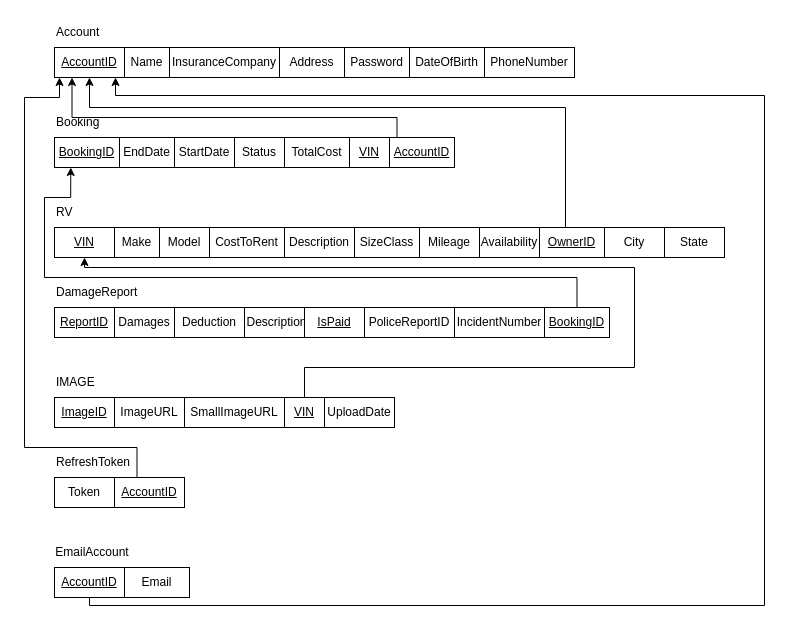
Earlier version of the draw.io diagram RVSolutionsER.drawio (JasonDinh345/RV-Solutions). Source tidied: cells renumbered, new cells numbered last; positions are measured from the earlier drawing's top-left corner, leaving out a move shared by most shapes. Both pictures are drawn from the tidied source at 100%, with x=0, y=0 at pixel (24, 17).
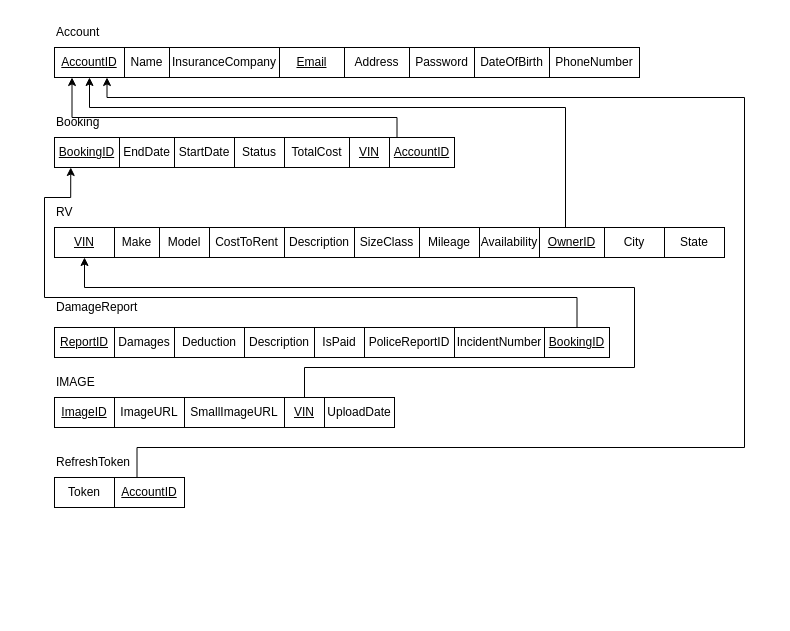
After the change.

The change refers to these unchanged cells:
```xml
<mxCell id="2" value="&lt;u&gt;BookingID&lt;/u&gt;" style="rounded=0;whiteSpace=wrap;html=1;" parent="1" vertex="1">
  <mxGeometry x="30" y="120" width="65" height="30" as="geometry" />
</mxCell>
<mxCell id="11" value="&lt;u&gt;VIN&lt;/u&gt;" style="rounded=0;whiteSpace=wrap;html=1;" parent="1" vertex="1">
  <mxGeometry x="30" y="210" width="60" height="30" as="geometry" />
</mxCell>
<mxCell id="29" value="&lt;u&gt;VIN&lt;/u&gt;" style="rounded=0;whiteSpace=wrap;html=1;" parent="1" vertex="1">
  <mxGeometry x="260" y="380" width="40" height="30" as="geometry" />
</mxCell>
<mxCell id="36" value="&lt;u&gt;AccountID&lt;/u&gt;" style="rounded=0;whiteSpace=wrap;html=1;" parent="1" vertex="1">
  <mxGeometry x="30" y="30" width="70" height="30" as="geometry" />
</mxCell>
```

The edit, as a diff of the source:
```diff
@@
     <mxCell id="28" style="edgeStyle=orthogonalEdgeStyle;rounded=0;jettySize=auto;html=1;exitX=0.5;exitY=0;exitDx=0;exitDy=0;entryX=0.5;entryY=1;entryDx=0;entryDy=0;" parent="1" edge="1" source="29" target="11">
       <mxGeometry relative="1" as="geometry">
         <Array as="points">
           <mxPoint x="280" y="350" />
           <mxPoint x="610" y="350" />
-          <mxPoint x="610" y="250" />
-          <mxPoint x="60" y="250" />
+          <mxPoint x="610" y="270" />
+          <mxPoint x="60" y="270" />
         </Array>
       </mxGeometry>
     </mxCell>
@@
-    <mxCell id="32" style="edgeStyle=orthogonalEdgeStyle;rounded=0;orthogonalLoop=1;jettySize=auto;html=1;exitX=0.5;exitY=0;exitDx=0;exitDy=0;entryX=0.25;entryY=1;entryDx=0;entryDy=0;" parent="1" edge="1">
+    <mxCell id="32" style="edgeStyle=orthogonalEdgeStyle;rounded=0;jettySize=auto;html=1;exitX=0.5;exitY=0;exitDx=0;exitDy=0;entryX=0.75;entryY=1;entryDx=0;entryDy=0;" parent="1" edge="1" target="36">
       <mxGeometry relative="1" as="geometry">
         <mxPoint x="112.5" y="460" as="sourcePoint" />
-        <mxPoint x="35" y="60" as="targetPoint" />
         <Array as="points">
           <mxPoint x="113" y="430" />
-          <mxPoint y="430" />
-          <mxPoint y="80" />
-          <mxPoint x="35" y="80" />
+          <mxPoint x="720" y="430" />
+          <mxPoint x="720" y="80" />
+          <mxPoint x="83" y="80" />
         </Array>
       </mxGeometry>
     </mxCell>
@@
-    <mxCell id="34" value="Email" style="rounded=0;whiteSpace=wrap;html=1;" parent="1" vertex="1">
-      <mxGeometry x="100" y="550" width="65" height="30" as="geometry" />
+    <mxCell id="34" value="&lt;u&gt;Email&lt;/u&gt;" style="rounded=0;whiteSpace=wrap;html=1;" parent="1" vertex="1">
+      <mxGeometry x="255" y="30" width="65" height="30" as="geometry" />
     </mxCell>
-    <mxCell id="35" value="EmailAccount" style="text;html=1;align=center;verticalAlign=middle;whiteSpace=wrap;rounded=0;" parent="1" vertex="1">
-      <mxGeometry x="37.5" y="520" width="60" height="30" as="geometry" />
-    </mxCell>
@@
     <mxCell id="39" value="Address" style="rounded=0;whiteSpace=wrap;html=1;" parent="1" vertex="1">
-      <mxGeometry x="255" y="30" width="65" height="30" as="geometry" />
+      <mxGeometry x="320" y="30" width="65" height="30" as="geometry" />
     </mxCell>
     <mxCell id="40" value="DateOfBirth" style="rounded=0;whiteSpace=wrap;html=1;" parent="1" vertex="1">
-      <mxGeometry x="385" y="30" width="75" height="30" as="geometry" />
+      <mxGeometry x="450" y="30" width="75" height="30" as="geometry" />
     </mxCell>
@@
     <mxCell id="42" value="PhoneNumber" style="rounded=0;whiteSpace=wrap;html=1;" parent="1" vertex="1">
-      <mxGeometry x="460" y="30" width="90" height="30" as="geometry" />
+      <mxGeometry x="525" y="30" width="90" height="30" as="geometry" />
     </mxCell>
     <mxCell id="43" value="Password" style="rounded=0;whiteSpace=wrap;html=1;" parent="1" vertex="1">
-      <mxGeometry x="320" y="30" width="65" height="30" as="geometry" />
+      <mxGeometry x="385" y="30" width="65" height="30" as="geometry" />
     </mxCell>
     <mxCell id="44" style="group;" parent="1" vertex="1">
-      <mxGeometry x="30" y="260" width="500" height="60" as="geometry" />
+      <mxGeometry x="30" y="260" width="500" height="80" as="geometry" />
     </mxCell>
     <mxCell id="45" value="DamageReport" style="text;html=1;align=left;verticalAlign=middle;strokeColor=none;fillColor=none;" parent="44" vertex="1">
-      <mxGeometry width="100" height="30" as="geometry" />
+      <mxGeometry y="15" width="100" height="30" as="geometry" />
     </mxCell>
     <mxCell id="46" value="&lt;u&gt;ReportID&lt;/u&gt;" style="rounded=0;whiteSpace=wrap;html=1;" parent="44" vertex="1">
-      <mxGeometry y="30" width="60" height="30" as="geometry" />
+      <mxGeometry y="50" width="60" height="30" as="geometry" />
     </mxCell>
     <mxCell id="47" value="Damages" style="rounded=0;whiteSpace=wrap;html=1;" parent="44" vertex="1">
-      <mxGeometry x="60" y="30" width="60" height="30" as="geometry" />
+      <mxGeometry x="60" y="50" width="60" height="30" as="geometry" />
     </mxCell>
     <mxCell id="48" value="Deduction" style="rounded=0;whiteSpace=wrap;html=1;" parent="44" vertex="1">
-      <mxGeometry x="120" y="30" width="70" height="30" as="geometry" />
+      <mxGeometry x="120" y="50" width="70" height="30" as="geometry" />
     </mxCell>
     <mxCell id="49" value="Description" style="rounded=0;whiteSpace=wrap;html=1;" parent="44" vertex="1">
-      <mxGeometry x="190" y="30" width="65" height="30" as="geometry" />
+      <mxGeometry x="190" y="50" width="70" height="30" as="geometry" />
     </mxCell>
     <mxCell id="50" value="PoliceReportID" style="rounded=0;whiteSpace=wrap;html=1;" parent="44" vertex="1">
-      <mxGeometry x="310" y="30" width="90" height="30" as="geometry" />
+      <mxGeometry x="310" y="50" width="90" height="30" as="geometry" />
     </mxCell>
     <mxCell id="51" value="IncidentNumber" style="rounded=0;whiteSpace=wrap;html=1;" parent="44" vertex="1">
-      <mxGeometry x="400" y="30" width="90" height="30" as="geometry" />
+      <mxGeometry x="400" y="50" width="90" height="30" as="geometry" />
     </mxCell>
     <mxCell id="52" value="&lt;u&gt;BookingID&lt;/u&gt;" style="rounded=0;whiteSpace=wrap;html=1;" parent="44" vertex="1">
-      <mxGeometry x="490" y="30" width="65" height="30" as="geometry" />
+      <mxGeometry x="490" y="50" width="65" height="30" as="geometry" />
     </mxCell>
-    <mxCell id="53" value="&lt;u&gt;IsPaid&lt;/u&gt;" style="rounded=0;whiteSpace=wrap;html=1;" parent="44" vertex="1">
-      <mxGeometry x="250" y="30" width="60" height="30" as="geometry" />
+    <mxCell id="53" value="IsPaid" style="rounded=0;whiteSpace=wrap;html=1;" parent="44" vertex="1">
+      <mxGeometry x="260" y="50" width="50" height="30" as="geometry" />
     </mxCell>
-    <mxCell id="54" style="edgeStyle=orthogonalEdgeStyle;rounded=0;orthogonalLoop=1;jettySize=auto;html=1;exitX=0.5;exitY=1;exitDx=0;exitDy=0;entryX=0.871;entryY=1.067;entryDx=0;entryDy=0;entryPerimeter=0;" parent="1" edge="1">
-      <mxGeometry relative="1" as="geometry">
-        <mxPoint x="65" y="578" as="sourcePoint" />
-        <mxPoint x="91" y="60" as="targetPoint" />
-        <Array as="points">
-          <mxPoint x="65" y="588" />
-          <mxPoint x="740" y="588" />
-          <mxPoint x="740" y="78" />
-          <mxPoint x="91" y="78" />
-        </Array>
-      </mxGeometry>
-    </mxCell>
-    <mxCell id="55" value="&lt;u&gt;AccountID&lt;/u&gt;" style="rounded=0;whiteSpace=wrap;html=1;" parent="1" vertex="1">
-      <mxGeometry x="30" y="550" width="70" height="30" as="geometry" />
-    </mxCell>
     <mxCell id="56" style="edgeStyle=orthogonalEdgeStyle;rounded=0;jettySize=auto;html=1;exitX=0.5;exitY=0;exitDx=0;exitDy=0;entryX=0.25;entryY=1;entryDx=0;entryDy=0;" parent="1" edge="1" source="52" target="2">
       <mxGeometry relative="1" as="geometry">
         <Array as="points">
-          <mxPoint x="553" y="260" />
-          <mxPoint x="20" y="260" />
+          <mxPoint x="553" y="280" />
+          <mxPoint x="20" y="280" />
           <mxPoint x="20" y="180" />
           <mxPoint x="46" y="180" />
         </Array>
       </mxGeometry>
     </mxCell>
```
